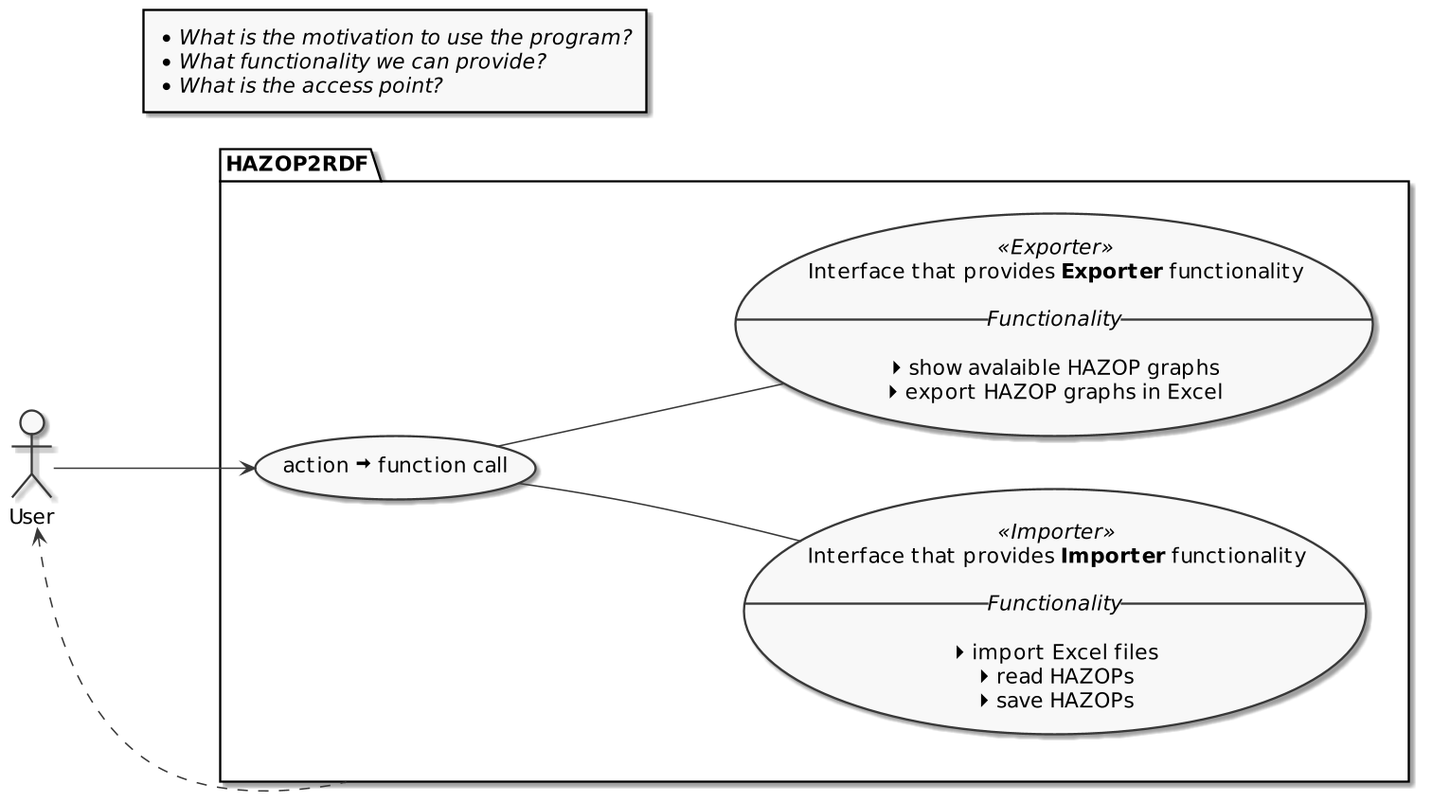
The PlantUML diagram docs/plantuml/user_experience_design.png in dmytkost/HAZOP2RDF, before a commit. The source it was exported from:
```plantuml
@startuml
skinparam monochrome true
skinparam dpi 150
skinparam defaultFontSize 14

left to right direction

rectangle QuestionBox as "
* //What is the motivation to use the program?//
* //What functionality we can provide?//
* //What is the access point?//"

actor User

package HAZOP2RDF {
    usecase UserAction as "
    action <&arrow-thick-right> function call"

    usecase Importer << Importer >> as "
    Interface that provides **Importer** functionality\n
    __ ==== Functionality __
    \n<&caret-right>import Excel files
    <&caret-right>read HAZOPs
    <&caret-right>save HAZOPs"

    usecase Exporter << Exporter >> as "
    Interface that provides **Exporter** functionality\n
    __ ==== Functionality __
    \n<&caret-right>show avalaible HAZOP graphs
    <&caret-right>export HAZOP graphs in Excel"
}

QuestionBox -[hidden]up-> User

User --> UserAction
UserAction -- Importer
UserAction -- Exporter
User <.. HAZOP2RDF
@enduml
```
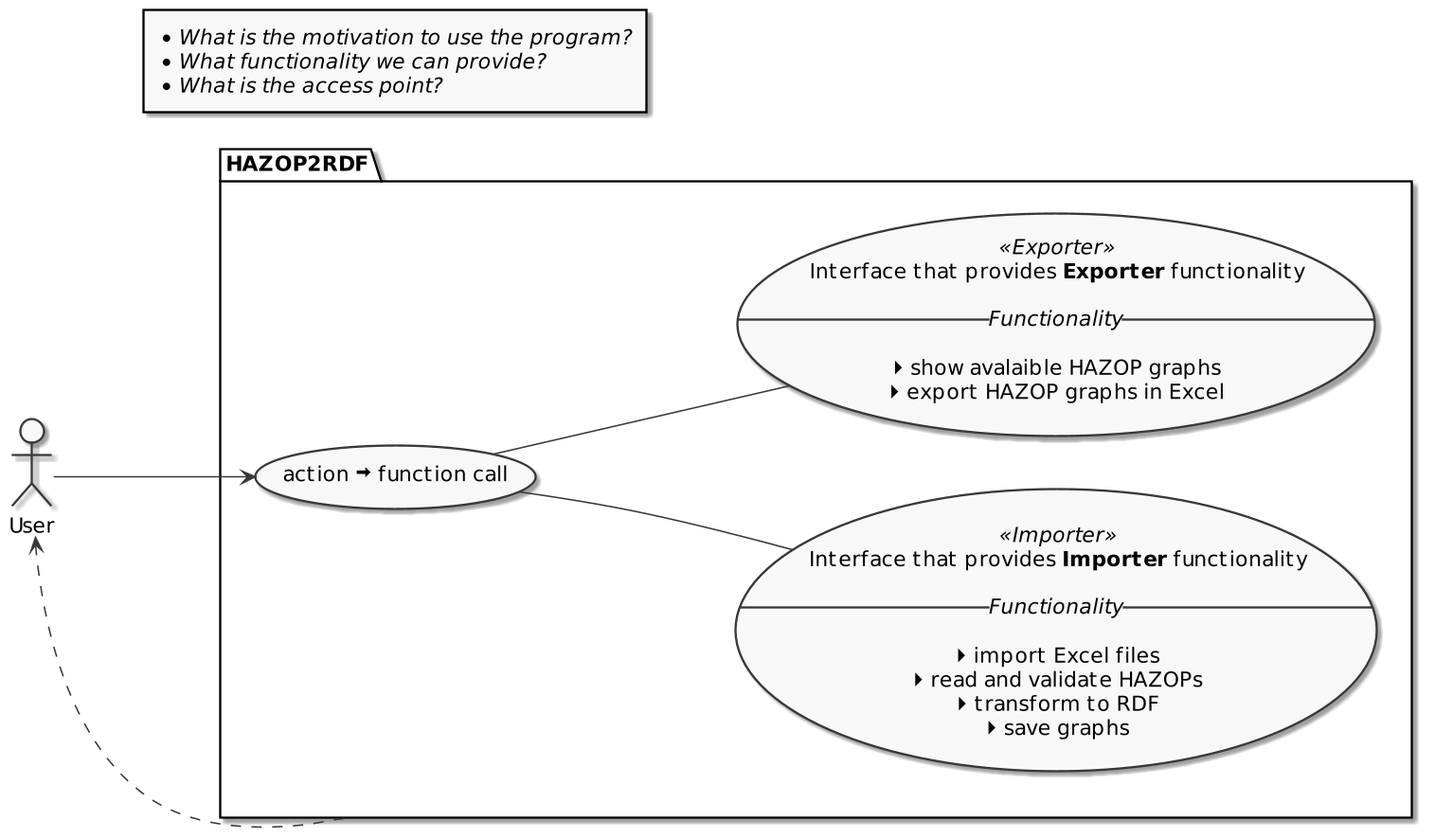
The same file after the commit.

Commit message:
Docs: updated UML diagram

What changed in the source:
```diff
@@ -20,8 +20,9 @@
     Interface that provides **Importer** functionality\n
     __ ==== Functionality __
     \n<&caret-right>import Excel files
-    <&caret-right>read HAZOPs
-    <&caret-right>save HAZOPs"
+    <&caret-right>read and validate HAZOPs
+    <&caret-right>transform to RDF
+    <&caret-right>save graphs"
 
     usecase Exporter << Exporter >> as "
     Interface that provides **Exporter** functionality\n
```
